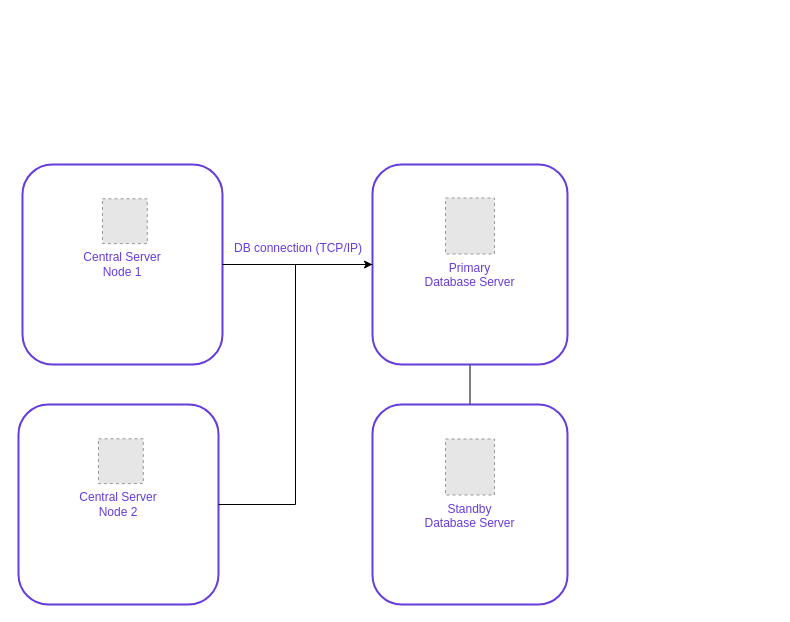
Before: doc/Manuals/img/ig-cs_remote_db_cluster.drawio in nordic-institute/X-Road, a draw.io diagram. Source tidied: cells renumbered, new cells numbered last; positions are measured from the earlier drawing's top-left corner, leaving out a move shared by most shapes. Both pictures are drawn from the tidied source at 100%, with x=0, y=0 at pixel (18, 164). Pictures stored in the file or linked from it are replaced by grey dashed boxes.
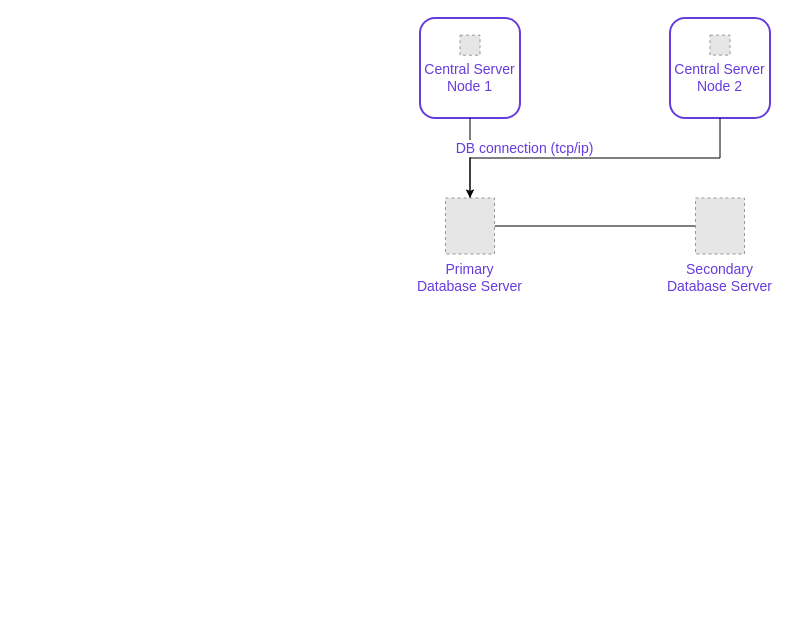
Above is the later version.

Diff of the diagram source:
```diff
@@
 <mxGraphModel>
   <root>
     <mxCell id="0" />
     <mxCell id="1" parent="0" />
-    <mxCell id="2" style="group;" parent="1" vertex="1">
-      <mxGeometry x="4" width="200" height="200" as="geometry" />
-    </mxCell>
+    <mxCell id="16" style="group;fontSize=14;fontColor=#663CDC;" parent="1" vertex="1">
+      <mxGeometry x="401.5" y="-146.5" width="100" height="100" as="geometry" />
+    </mxCell>
-    <mxCell id="3" value="&lt;font color=&quot;#663cdc&quot;&gt;Central&amp;nbsp;Server&lt;br&gt;Node 1&lt;br&gt;&lt;/font&gt;" style="rounded=1;whiteSpace=wrap;html=1;strokeWidth=2;fillColor=none;strokeColor=#663CDC;" parent="2" vertex="1">
-      <mxGeometry width="200" height="200" as="geometry" />
+    <mxCell id="3" value="&#10;Central Server&#10;Node 1" style="rounded=1;strokeWidth=2;fillColor=none;strokeColor=#663CDC;fontSize=14;fontColor=#663CDC;" parent="16" vertex="1">
+      <mxGeometry width="100" height="100" as="geometry" />
     </mxCell>
-    <mxCell id="4" style="fillColor=#E6E6E6;strokeColor=#999999;dashed=1;verticalLabelPosition=bottom;labelBackgroundColor=#ffffff;verticalAlign=top;" parent="2" vertex="1">
-      <mxGeometry x="80" y="34.3" width="44.8" height="44.8" as="geometry" />
-    </mxCell>
-    <mxCell id="5" style="group;" parent="1" vertex="1">
-      <mxGeometry y="240" width="200" height="200" as="geometry" />
-    </mxCell>
+    <mxCell id="17" style="fillColor=#E6E6E6;strokeColor=#999999;dashed=1;verticalLabelPosition=bottom;labelBackgroundColor=#ffffff;verticalAlign=top;fontSize=14;fontColor=#663CDC;" parent="16" vertex="1">
+      <mxGeometry x="40" y="17.2" width="20" height="20" as="geometry" />
+    </mxCell>
+    <mxCell id="18" style="group;fontSize=14;fontColor=#663CDC;" parent="1" vertex="1">
+      <mxGeometry x="651.5" y="-146.5" width="100" height="100" as="geometry" />
+    </mxCell>
-    <mxCell id="6" value="&lt;font color=&quot;#663cdc&quot;&gt;Central&amp;nbsp;Server&lt;br&gt;Node 2&lt;br&gt;&lt;/font&gt;" style="rounded=1;whiteSpace=wrap;html=1;strokeWidth=2;fillColor=none;strokeColor=#663CDC;" parent="5" vertex="1">
-      <mxGeometry width="200" height="200" as="geometry" />
+    <mxCell id="6" value="&#10;Central Server&#10;Node 2" style="rounded=1;strokeWidth=2;fillColor=none;strokeColor=#663CDC;fontSize=14;fontColor=#663CDC;" parent="18" vertex="1">
+      <mxGeometry width="100" height="100" as="geometry" />
     </mxCell>
-    <mxCell id="7" style="fillColor=#E6E6E6;strokeColor=#999999;dashed=1;verticalLabelPosition=bottom;labelBackgroundColor=#ffffff;verticalAlign=top;" parent="5" vertex="1">
-      <mxGeometry x="80" y="34.3" width="44.8" height="44.8" as="geometry" />
-    </mxCell>
-    <mxCell id="8" style="edgeStyle=orthogonalEdgeStyle;rounded=0;jettySize=auto;html=1;startArrow=none;startFill=0;endArrow=none;endFill=0;" parent="1" edge="1" source="9" target="11">
-      <mxGeometry relative="1" as="geometry" />
-    </mxCell>
-    <mxCell id="9" style="rounded=1;whiteSpace=wrap;html=1;strokeWidth=2;strokeColor=#663CDC;fillColor=none;" parent="1" vertex="1">
-      <mxGeometry x="354" width="195" height="200" as="geometry" />
-    </mxCell>
+    <mxCell id="19" style="fillColor=#E6E6E6;strokeColor=#999999;dashed=1;verticalLabelPosition=bottom;labelBackgroundColor=#ffffff;verticalAlign=top;fontSize=14;fontColor=#663CDC;" parent="18" vertex="1">
+      <mxGeometry x="40" y="17.1" width="20" height="20" as="geometry" />
+    </mxCell>
+    <mxCell id="20" style="edgeStyle=orthogonalEdgeStyle;rounded=0;jettySize=auto;html=1;endArrow=none;endFill=0;fontSize=14;fontColor=#663CDC;" parent="1" edge="1" source="10" target="21">
+      <mxGeometry relative="1" as="geometry" />
+    </mxCell>
-    <mxCell id="10" value="Primary&#10;Database Server" style="fillColor=#E6E6E6;strokeColor=#999999;dashed=1;verticalLabelPosition=bottom;labelBackgroundColor=#ffffff;verticalAlign=top;fontColor=#663CDC;" parent="1" vertex="1">
+    <mxCell id="10" value="Primary&#10;Database Server" style="fillColor=#E6E6E6;strokeColor=#999999;dashed=1;verticalLabelPosition=bottom;labelBackgroundColor=#ffffff;verticalAlign=top;fontSize=14;fontColor=#663CDC;" parent="1" vertex="1">
       <mxGeometry x="427" y="33.5" width="49" height="56" as="geometry" />
     </mxCell>
-    <mxCell id="11" style="rounded=1;whiteSpace=wrap;html=1;strokeWidth=2;strokeColor=#663CDC;fillColor=none;" parent="1" vertex="1">
-      <mxGeometry x="354" y="240" width="195" height="200" as="geometry" />
-    </mxCell>
-    <mxCell id="12" value="Standby&#10;Database Server" style="fillColor=#E6E6E6;strokeColor=#999999;dashed=1;verticalLabelPosition=bottom;labelBackgroundColor=#ffffff;verticalAlign=top;fontColor=#663CDC;" parent="1" vertex="1">
-      <mxGeometry x="427" y="274.5" width="49" height="56" as="geometry" />
-    </mxCell>
-    <mxCell id="13" style="edgeStyle=orthogonalEdgeStyle;rounded=0;jettySize=auto;html=1;entryX=0;entryY=0.5;entryDx=0;entryDy=0;" parent="1" edge="1" source="3" target="9">
-      <mxGeometry relative="1" as="geometry" />
-    </mxCell>
-    <mxCell id="14" style="edgeStyle=orthogonalEdgeStyle;rounded=0;jettySize=auto;html=1;entryX=0;entryY=0.5;entryDx=0;entryDy=0;startArrow=none;startFill=0;endArrow=none;endFill=0;" parent="1" edge="1" source="6" target="9">
-      <mxGeometry relative="1" as="geometry" />
-    </mxCell>
-    <mxCell id="15" value="DB connection (TCP/IP)" style="text;html=1;fontColor=#663CDC;" parent="1" vertex="1">
-      <mxGeometry x="214" y="70" width="150" height="30" as="geometry" />
-    </mxCell>
+    <mxCell id="21" value="Secondary&#10;Database Server" style="fillColor=#E6E6E6;strokeColor=#999999;dashed=1;verticalLabelPosition=bottom;labelBackgroundColor=#ffffff;verticalAlign=top;fontSize=14;fontColor=#663CDC;" parent="1" vertex="1">
+      <mxGeometry x="677" y="33.5" width="49" height="56" as="geometry" />
+    </mxCell>
+    <mxCell id="22" style="edgeStyle=orthogonalEdgeStyle;rounded=0;jettySize=auto;html=1;endArrow=none;endFill=0;fontSize=14;fontColor=#663CDC;" parent="1" edge="1" source="3" target="10">
+      <mxGeometry relative="1" as="geometry" />
+    </mxCell>
+    <mxCell id="23" value="DB connection (tcp/ip)" style="edgeStyle=orthogonalEdgeStyle;rounded=0;jettySize=auto;html=1;entryX=0.5;entryY=0;entryDx=0;entryDy=0;exitX=0.5;exitY=1;exitDx=0;exitDy=0;fontSize=14;fontColor=#663CDC;" parent="1" edge="1" source="6" target="10">
+      <mxGeometry x="0.43" y="-10" relative="1" as="geometry">
+        <Array as="points">
+          <mxPoint x="701.5" y="-6.5" />
+          <mxPoint x="451.5" y="-6.5" />
+        </Array>
+      </mxGeometry>
+    </mxCell>
   </root>
 </mxGraphModel>
```
